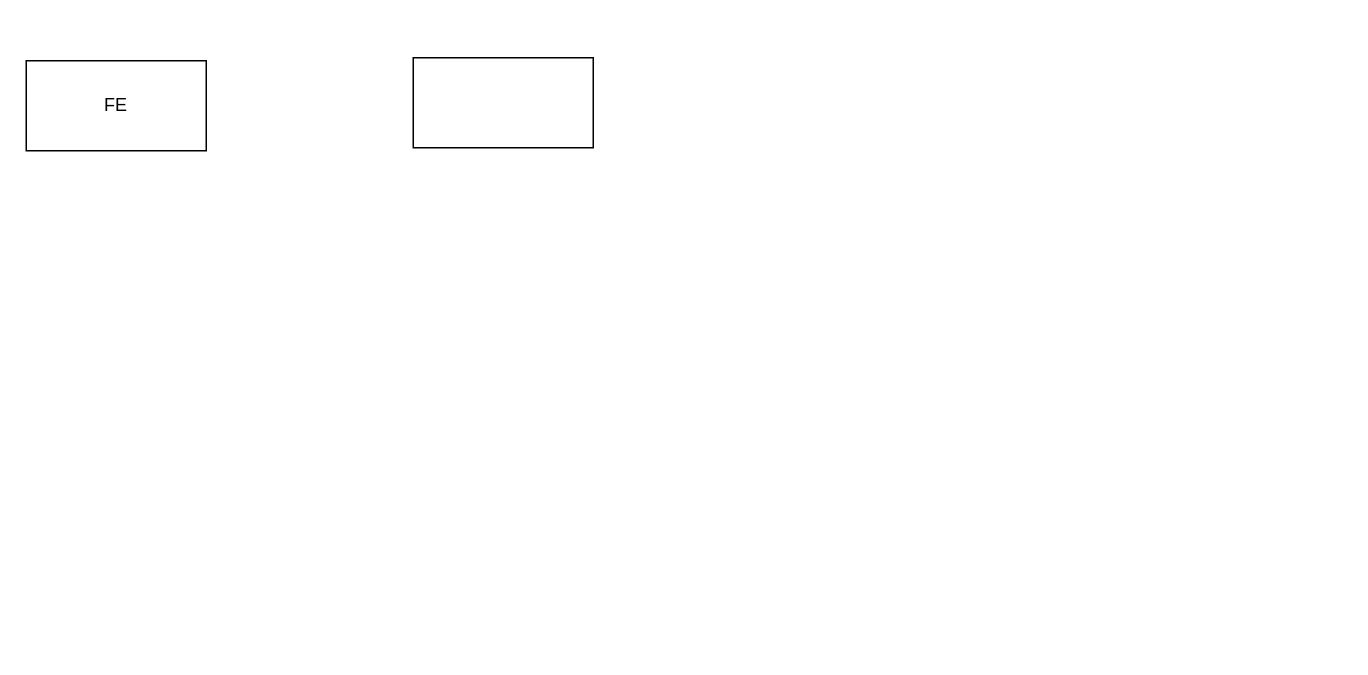
Before: System.drawio in ThanhDoDuy/nestjs-basic, a draw.io diagram. Source tidied: cells renumbered, new cells numbered last; positions are measured from the earlier drawing's top-left corner, leaving out a move shared by most shapes. Both pictures are drawn from the tidied source at 150%, with x=0, y=0 at pixel (26, 57).
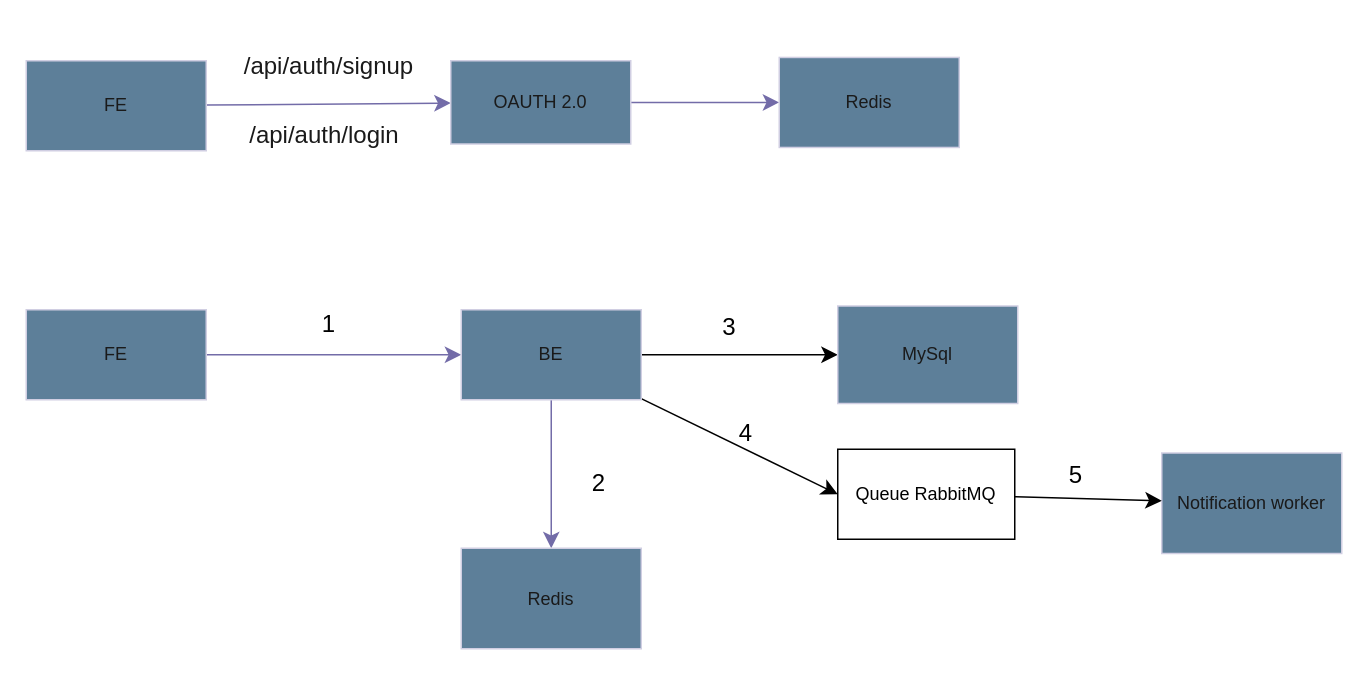
The same page after the edit.

The edit, as a diff of the source:
```diff
@@
+    <mxCell id="4" style="edgeStyle=none;curved=1;rounded=0;jettySize=auto;html=1;fontSize=12;startSize=8;endSize=8;labelBackgroundColor=none;strokeColor=#736CA8;fontColor=default;" parent="1" edge="1" source="2" target="3">
+      <mxGeometry relative="1" as="geometry" />
+    </mxCell>
-    <mxCell id="2" value="FE" style="rounded=0;whiteSpace=wrap;html=1;" parent="1" vertex="1">
+    <mxCell id="2" value="FE" style="rounded=0;whiteSpace=wrap;html=1;labelBackgroundColor=none;fillColor=#5D7F99;strokeColor=#D0CEE2;fontColor=#1A1A1A;" parent="1" vertex="1">
       <mxGeometry y="2" width="120" height="60" as="geometry" />
     </mxCell>
+    <mxCell id="5" style="edgeStyle=none;curved=1;rounded=0;jettySize=auto;html=1;entryX=0;entryY=0.5;entryDx=0;entryDy=0;fontSize=12;startSize=8;endSize=8;labelBackgroundColor=none;strokeColor=#736CA8;fontColor=default;" parent="1" edge="1" source="3" target="7">
+      <mxGeometry relative="1" as="geometry" />
+    </mxCell>
-    <mxCell id="3" style="rounded=0;whiteSpace=wrap;html=1;" parent="1" vertex="1">
-      <mxGeometry x="258" width="120" height="60" as="geometry" />
+    <mxCell id="3" value="OAUTH 2.0" style="rounded=0;whiteSpace=wrap;html=1;labelBackgroundColor=none;fillColor=#5D7F99;strokeColor=#D0CEE2;fontColor=#1A1A1A;" parent="1" vertex="1">
+      <mxGeometry x="283" y="2" width="120" height="55.5" as="geometry" />
     </mxCell>
+    <mxCell id="6" style="edgeStyle=none;curved=1;rounded=0;orthogonalLoop=1;jettySize=auto;html=1;exitX=0;exitY=0.5;exitDx=0;exitDy=0;fontSize=12;startSize=8;endSize=8;labelBackgroundColor=none;strokeColor=#736CA8;fontColor=default;" parent="1" edge="1" source="3" target="3">
+      <mxGeometry relative="1" as="geometry" />
+    </mxCell>
+    <mxCell id="7" value="Redis" style="rounded=0;whiteSpace=wrap;html=1;labelBackgroundColor=none;fillColor=#5D7F99;strokeColor=#D0CEE2;fontColor=#1A1A1A;" parent="1" vertex="1">
+      <mxGeometry x="502" y="-0.2" width="120" height="60" as="geometry" />
+    </mxCell>
+    <mxCell id="8" value="/api/auth/signup" style="text;html=1;align=center;verticalAlign=middle;whiteSpace=wrap;rounded=0;fontSize=16;labelBackgroundColor=none;fontColor=#1A1A1A;" parent="1" vertex="1">
+      <mxGeometry x="134" y="-21" width="136" height="51" as="geometry" />
+    </mxCell>
+    <mxCell id="9" style="edgeStyle=none;curved=1;rounded=0;jettySize=auto;html=1;fontSize=12;startSize=8;endSize=8;labelBackgroundColor=none;strokeColor=#736CA8;fontColor=default;" parent="1" edge="1" source="10" target="15">
+      <mxGeometry relative="1" as="geometry" />
+    </mxCell>
+    <mxCell id="10" value="FE" style="rounded=0;whiteSpace=wrap;html=1;labelBackgroundColor=none;fillColor=#5D7F99;strokeColor=#D0CEE2;fontColor=#1A1A1A;" parent="1" vertex="1">
+      <mxGeometry y="168" width="120" height="60" as="geometry" />
+    </mxCell>
+    <mxCell id="11" value="/api/auth/login" style="text;html=1;align=center;verticalAlign=middle;whiteSpace=wrap;rounded=0;fontSize=16;labelBackgroundColor=none;fontColor=#1A1A1A;" parent="1" vertex="1">
+      <mxGeometry x="131" y="25" width="136" height="51" as="geometry" />
+    </mxCell>
+    <mxCell id="12" style="edgeStyle=none;curved=1;rounded=0;jettySize=auto;html=1;fontSize=12;startSize=8;endSize=8;labelBackgroundColor=none;strokeColor=#736CA8;fontColor=default;" parent="1" edge="1" source="15" target="16">
+      <mxGeometry relative="1" as="geometry" />
+    </mxCell>
+    <mxCell id="13" style="edgeStyle=none;curved=1;rounded=0;jettySize=auto;html=1;fontSize=12;startSize=8;endSize=8;" parent="1" edge="1" source="15" target="17">
+      <mxGeometry relative="1" as="geometry" />
+    </mxCell>
+    <mxCell id="14" style="edgeStyle=none;curved=1;rounded=0;jettySize=auto;html=1;entryX=0;entryY=0.5;entryDx=0;entryDy=0;fontSize=12;startSize=8;endSize=8;" parent="1" edge="1" source="15" target="20">
+      <mxGeometry relative="1" as="geometry" />
+    </mxCell>
+    <mxCell id="15" value="BE" style="rounded=0;whiteSpace=wrap;html=1;labelBackgroundColor=none;fillColor=#5D7F99;strokeColor=#D0CEE2;fontColor=#1A1A1A;" parent="1" vertex="1">
+      <mxGeometry x="290" y="168" width="120" height="60" as="geometry" />
+    </mxCell>
+    <mxCell id="16" value="Redis" style="rounded=0;whiteSpace=wrap;html=1;labelBackgroundColor=none;fillColor=#5D7F99;strokeColor=#D0CEE2;fontColor=#1A1A1A;" parent="1" vertex="1">
+      <mxGeometry x="290" y="327" width="120" height="67" as="geometry" />
+    </mxCell>
+    <mxCell id="17" value="MySql" style="rounded=0;whiteSpace=wrap;html=1;labelBackgroundColor=none;fillColor=#5D7F99;strokeColor=#D0CEE2;fontColor=#1A1A1A;" parent="1" vertex="1">
+      <mxGeometry x="541" y="165.5" width="120" height="65" as="geometry" />
+    </mxCell>
+    <mxCell id="18" value="Notification worker" style="rounded=0;whiteSpace=wrap;html=1;labelBackgroundColor=none;fillColor=#5D7F99;strokeColor=#D0CEE2;fontColor=#1A1A1A;" parent="1" vertex="1">
+      <mxGeometry x="757" y="263.5" width="120" height="67" as="geometry" />
+    </mxCell>
+    <mxCell id="19" style="edgeStyle=none;curved=1;rounded=0;jettySize=auto;html=1;fontSize=12;startSize=8;endSize=8;" parent="1" edge="1" source="20" target="18">
+      <mxGeometry relative="1" as="geometry" />
+    </mxCell>
+    <mxCell id="20" value="Queue RabbitMQ" style="rounded=0;whiteSpace=wrap;html=1;" parent="1" vertex="1">
+      <mxGeometry x="541" y="261" width="118" height="60" as="geometry" />
+    </mxCell>
+    <mxCell id="21" value="1" style="text;html=1;align=center;verticalAlign=middle;whiteSpace=wrap;rounded=0;fontSize=16;" parent="1" vertex="1">
+      <mxGeometry x="172" y="161" width="60" height="32" as="geometry" />
+    </mxCell>
+    <mxCell id="22" value="2" style="text;html=1;align=center;verticalAlign=middle;whiteSpace=wrap;rounded=0;fontSize=16;" parent="1" vertex="1">
+      <mxGeometry x="352" y="267" width="60" height="32" as="geometry" />
+    </mxCell>
+    <mxCell id="23" value="3" style="text;html=1;align=center;verticalAlign=middle;whiteSpace=wrap;rounded=0;fontSize=16;" parent="1" vertex="1">
+      <mxGeometry x="439" y="165" width="60" height="28" as="geometry" />
+    </mxCell>
+    <mxCell id="24" value="4" style="text;html=1;align=center;verticalAlign=middle;whiteSpace=wrap;rounded=0;fontSize=16;" parent="1" vertex="1">
+      <mxGeometry x="450" y="235.5" width="60" height="28" as="geometry" />
+    </mxCell>
+    <mxCell id="25" value="5" style="text;html=1;align=center;verticalAlign=middle;whiteSpace=wrap;rounded=0;fontSize=16;" parent="1" vertex="1">
+      <mxGeometry x="670" y="263.5" width="60" height="28" as="geometry" />
+    </mxCell>
```
